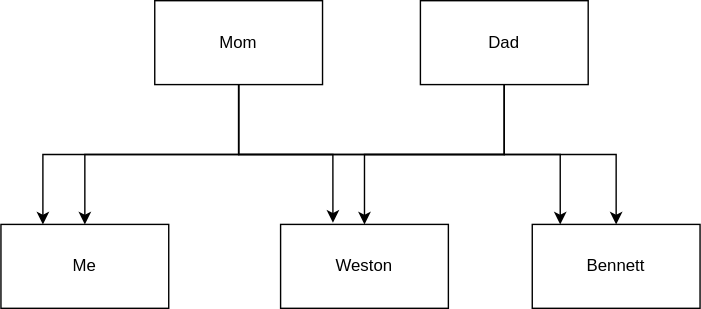
Above: family-tree.svg in Neocrumm/diagrams.net (draw.io), before the change. Source tidied: cells renumbered, new cells last; positions are measured from the earlier drawing's top-left corner, leaving out a move shared by most shapes.
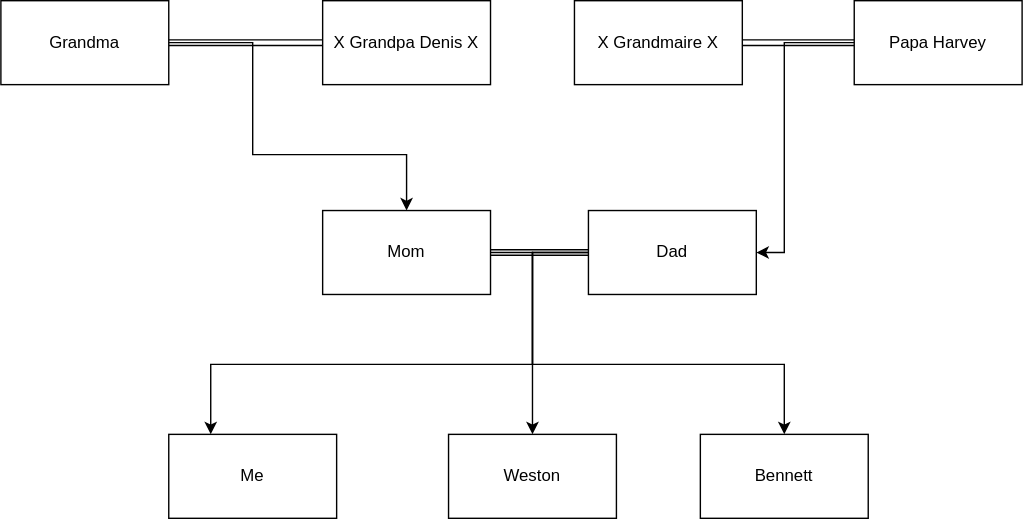
Above is the later version.

The edit, as a diff of the source:
```diff
@@ -2,41 +2,36 @@
   <root>
     <mxCell id="0" />
     <mxCell id="1" parent="0" />
-    <mxCell id="2" style="edgeStyle=orthogonalEdgeStyle;rounded=0;jettySize=auto;html=1;" parent="1" edge="1" source="5" target="12">
-      <mxGeometry relative="1" as="geometry" />
-    </mxCell>
-    <mxCell id="3" style="edgeStyle=orthogonalEdgeStyle;rounded=0;jettySize=auto;html=1;entryX=0.312;entryY=-0.02;entryDx=0;entryDy=0;entryPerimeter=0;" parent="1" edge="1" source="5" target="10">
-      <mxGeometry relative="1" as="geometry" />
-    </mxCell>
     <mxCell id="4" style="edgeStyle=orthogonalEdgeStyle;rounded=0;jettySize=auto;html=1;" parent="1" edge="1" source="5" target="11">
       <mxGeometry relative="1" as="geometry">
         <Array as="points">
-          <mxPoint x="170" y="110" />
+          <mxPoint x="260" y="30" />
+          <mxPoint x="260" y="110" />
           <mxPoint x="440" y="110" />
         </Array>
       </mxGeometry>
     </mxCell>
+    <mxCell id="13" style="edgeStyle=orthogonalEdgeStyle;rounded=0;jettySize=auto;html=1;entryX=0;entryY=0.5;entryDx=0;entryDy=0;shape=link;" parent="1" edge="1" source="5" target="9">
+      <mxGeometry relative="1" as="geometry" />
+    </mxCell>
     <mxCell id="5" value="Mom" style="rounded=0;whiteSpace=wrap;html=1;" parent="1" vertex="1">
       <mxGeometry x="110" width="120" height="60" as="geometry" />
     </mxCell>
     <mxCell id="6" style="edgeStyle=orthogonalEdgeStyle;rounded=0;jettySize=auto;html=1;entryX=0.25;entryY=0;entryDx=0;entryDy=0;" parent="1" edge="1" source="9" target="12">
       <mxGeometry relative="1" as="geometry">
         <Array as="points">
-          <mxPoint x="360" y="110" />
+          <mxPoint x="260" y="30" />
+          <mxPoint x="260" y="110" />
           <mxPoint x="30" y="110" />
         </Array>
       </mxGeometry>
     </mxCell>
-    <mxCell id="7" style="edgeStyle=orthogonalEdgeStyle;rounded=0;jettySize=auto;html=1;" parent="1" edge="1" source="9" target="11">
-      <mxGeometry relative="1" as="geometry">
-        <Array as="points">
-          <mxPoint x="360" y="110" />
-          <mxPoint x="400" y="110" />
-        </Array>
-      </mxGeometry>
-    </mxCell>
     <mxCell id="8" style="edgeStyle=orthogonalEdgeStyle;rounded=0;jettySize=auto;html=1;" parent="1" edge="1" source="9" target="10">
-      <mxGeometry relative="1" as="geometry" />
+      <mxGeometry relative="1" as="geometry">
+        <Array as="points">
+          <mxPoint x="260" y="30" />
+        </Array>
+      </mxGeometry>
     </mxCell>
     <mxCell id="9" value="Dad" style="rounded=0;whiteSpace=wrap;html=1;" parent="1" vertex="1">
       <mxGeometry x="300" width="120" height="60" as="geometry" />
@@ -50,5 +45,45 @@
     <mxCell id="12" value="Me" style="rounded=0;whiteSpace=wrap;html=1;" parent="1" vertex="1">
       <mxGeometry y="160" width="120" height="60" as="geometry" />
     </mxCell>
+    <mxCell id="14" value="X Grandpa Denis X" style="rounded=0;whiteSpace=wrap;html=1;" parent="1" vertex="1">
+      <mxGeometry x="110" y="-150" width="120" height="60" as="geometry" />
+    </mxCell>
+    <mxCell id="15" style="edgeStyle=orthogonalEdgeStyle;shape=link;rounded=0;jettySize=auto;html=1;entryX=0;entryY=0.5;entryDx=0;entryDy=0;strokeColor=#000000;" parent="1" edge="1" source="16" target="21">
+      <mxGeometry relative="1" as="geometry" />
+    </mxCell>
+    <mxCell id="16" value="X Grandmaire X" style="rounded=0;whiteSpace=wrap;html=1;" parent="1" vertex="1">
+      <mxGeometry x="290" y="-150" width="120" height="60" as="geometry" />
+    </mxCell>
+    <mxCell id="17" style="edgeStyle=orthogonalEdgeStyle;rounded=0;jettySize=auto;html=1;entryX=0;entryY=0.5;entryDx=0;entryDy=0;strokeColor=#000000;shape=link;" parent="1" edge="1" source="19" target="14">
+      <mxGeometry relative="1" as="geometry">
+        <Array as="points">
+          <mxPoint x="70" y="-120" />
+          <mxPoint x="70" y="-120" />
+        </Array>
+      </mxGeometry>
+    </mxCell>
+    <mxCell id="18" style="edgeStyle=orthogonalEdgeStyle;rounded=0;jettySize=auto;html=1;strokeColor=#000000;entryX=0.5;entryY=0;entryDx=0;entryDy=0;" parent="1" edge="1" source="19" target="5">
+      <mxGeometry relative="1" as="geometry">
+        <Array as="points">
+          <mxPoint x="60" y="-120" />
+          <mxPoint x="60" y="-40" />
+          <mxPoint x="170" y="-40" />
+        </Array>
+      </mxGeometry>
+    </mxCell>
+    <mxCell id="19" value="Grandma" style="rounded=0;whiteSpace=wrap;html=1;" parent="1" vertex="1">
+      <mxGeometry x="-120" y="-150" width="120" height="60" as="geometry" />
+    </mxCell>
+    <mxCell id="20" style="edgeStyle=orthogonalEdgeStyle;rounded=0;jettySize=auto;html=1;strokeColor=#000000;" parent="1" edge="1" source="21" target="9">
+      <mxGeometry relative="1" as="geometry">
+        <Array as="points">
+          <mxPoint x="440" y="-120" />
+          <mxPoint x="440" y="30" />
+        </Array>
+      </mxGeometry>
+    </mxCell>
+    <mxCell id="21" value="Papa Harvey" style="rounded=0;whiteSpace=wrap;html=1;" parent="1" vertex="1">
+      <mxGeometry x="490" y="-150" width="120" height="60" as="geometry" />
+    </mxCell>
   </root>
 </mxGraphModel>
```
